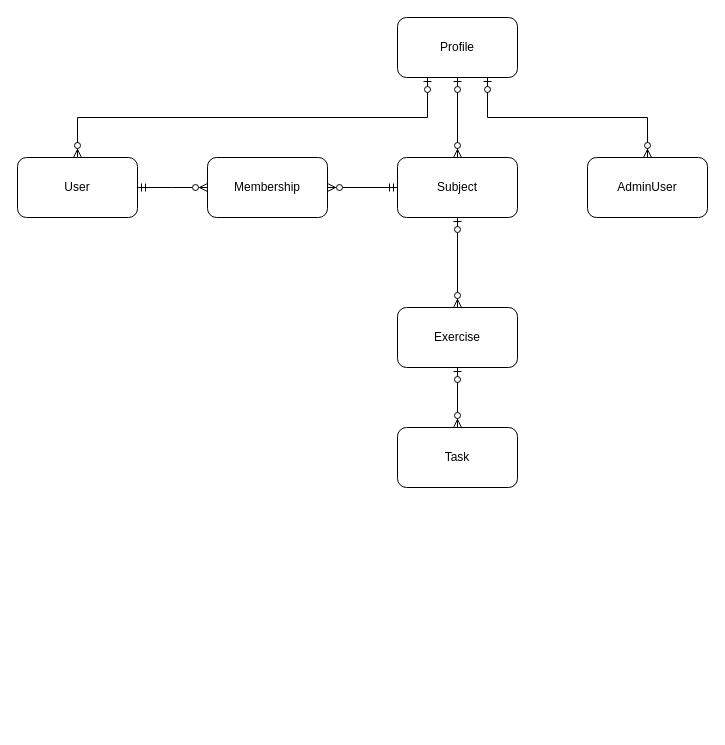
Earlier version of the draw.io diagram doc/DataModel.drawio (ooemperor/CodeGrader). Source tidied: cells renumbered, new cells numbered last; positions are measured from the earlier drawing's top-left corner, leaving out a move shared by most shapes. Both pictures are drawn from the tidied source at 100%, with x=0, y=0 at pixel (17, 17).
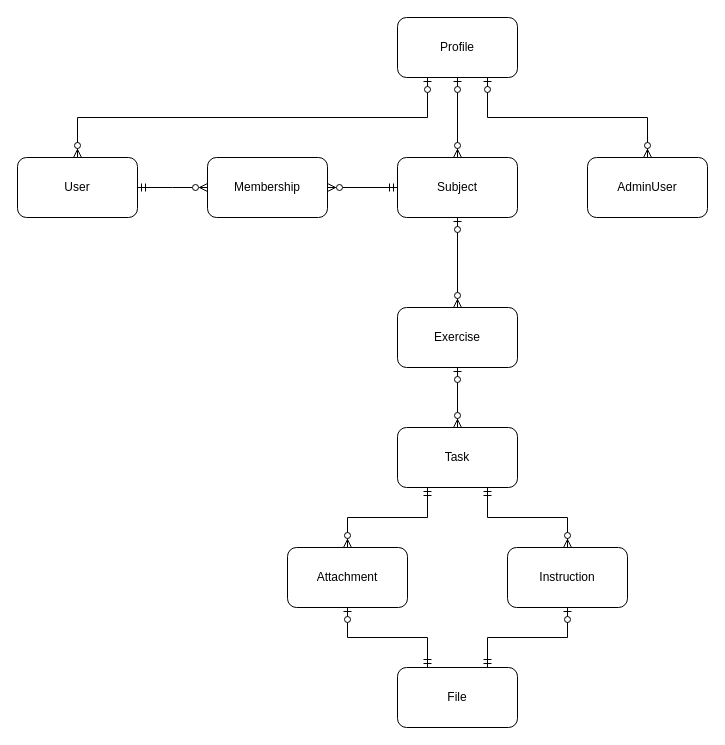
Above is the later version.

The change refers to these unchanged cells:
```xml
<mxCell id="5" value="Task" style="rounded=1;whiteSpace=wrap;html=1;" parent="1" vertex="1">
  <mxGeometry x="380" y="410" width="120" height="60" as="geometry" />
</mxCell>
```

What changed in the source:
```diff
@@
+    <mxCell id="16" value="Attachment" style="rounded=1;whiteSpace=wrap;html=1;" parent="1" vertex="1">
+      <mxGeometry x="270" y="530" width="120" height="60" as="geometry" />
+    </mxCell>
+    <mxCell id="17" value="Instruction" style="rounded=1;whiteSpace=wrap;html=1;" parent="1" vertex="1">
+      <mxGeometry x="490" y="530" width="120" height="60" as="geometry" />
+    </mxCell>
+    <mxCell id="18" value="File" style="rounded=1;whiteSpace=wrap;html=1;" parent="1" vertex="1">
+      <mxGeometry x="380" y="650" width="120" height="60" as="geometry" />
+    </mxCell>
+    <mxCell id="19" style="edgeStyle=orthogonalEdgeStyle;fontSize=12;html=1;endArrow=ERzeroToMany;startArrow=ERmandOne;rounded=0;exitX=0.25;exitY=1;exitDx=0;exitDy=0;entryX=0.5;entryY=0;entryDx=0;entryDy=0;" parent="1" edge="1" source="5" target="16">
+      <mxGeometry relative="1" as="geometry" />
+    </mxCell>
+    <mxCell id="20" style="edgeStyle=orthogonalEdgeStyle;fontSize=12;html=1;endArrow=ERzeroToMany;startArrow=ERmandOne;rounded=0;exitX=0.75;exitY=1;exitDx=0;exitDy=0;entryX=0.5;entryY=0;entryDx=0;entryDy=0;" parent="1" edge="1" source="5" target="17">
+      <mxGeometry relative="1" as="geometry" />
+    </mxCell>
+    <mxCell id="21" style="edgeStyle=orthogonalEdgeStyle;fontSize=12;html=1;endArrow=ERzeroToOne;startArrow=ERmandOne;rounded=0;entryX=0.5;entryY=1;entryDx=0;entryDy=0;exitX=0.75;exitY=0;exitDx=0;exitDy=0;" parent="1" edge="1" source="18" target="17">
+      <mxGeometry relative="1" as="geometry" />
+    </mxCell>
+    <mxCell id="22" style="edgeStyle=orthogonalEdgeStyle;fontSize=12;html=1;endArrow=ERzeroToOne;startArrow=ERmandOne;rounded=0;entryX=0.5;entryY=1;entryDx=0;entryDy=0;exitX=0.25;exitY=0;exitDx=0;exitDy=0;" parent="1" edge="1" source="18" target="16">
+      <mxGeometry relative="1" as="geometry" />
+    </mxCell>
```
